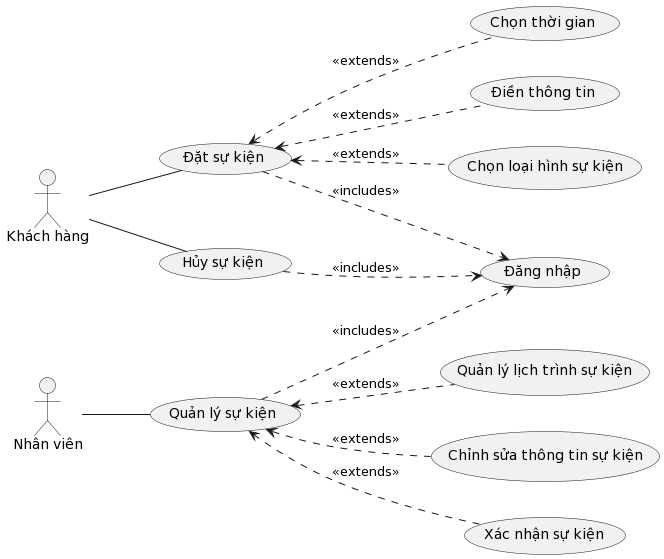
Above: Lab 1/Lab 1.2/usecase diagram/Quản lý sự kiện.png in KhanhDo2604/SE357-Pratice-class (PlantUML), before the change.
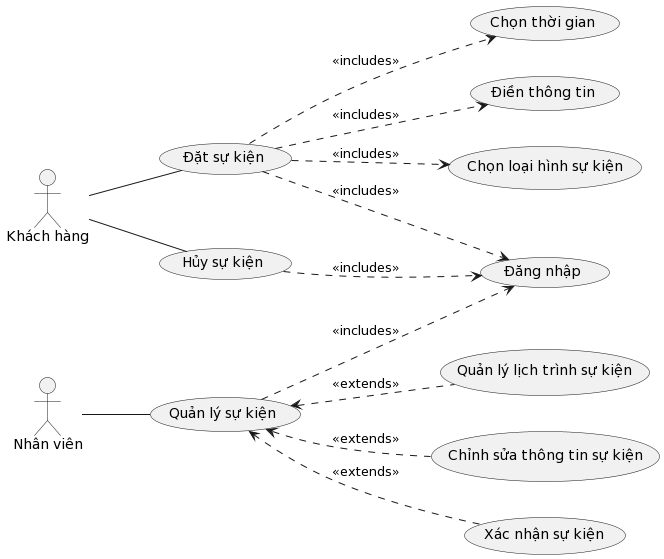
Above is the later version.

Change to the diagram source:
```diff
@@ -12,9 +12,9 @@
 (Hủy sự kiện) ..> (Đăng nhập): <<includes>>
 (Đặt sự kiện) ..> (Đăng nhập): <<includes>>
 
-(Đặt sự kiện) <.. (Điền thông tin) : <<extends>>
-(Đặt sự kiện) <.. (Chọn loại hình sự kiện) : <<extends>>
-(Đặt sự kiện) <.. (Chọn thời gian) : <<extends>>
+(Đặt sự kiện) ..> (Điền thông tin) : <<includes>>
+(Đặt sự kiện) ..> (Chọn loại hình sự kiện) : <<includes>>
+(Đặt sự kiện) ..> (Chọn thời gian) : <<includes>>
 (Quản lý sự kiện) <.. (Chỉnh sửa thông tin sự kiện) : <<extends>>
 
 Nhân_viên -- (Quản lý sự kiện)
```
